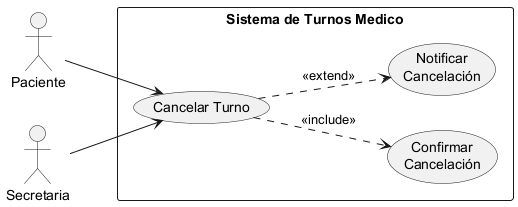
Purezaamor/SistemaTurnosMedicos keeps this PlantUML diagram as diagramas/02-casos-de-uso/02-caso-uso-cancelar-turno-03.png. Above is the earlier version.
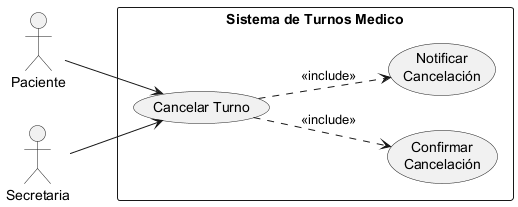
After the change.

Commit message:
fix: resolver observaciones del profesor en diagramas y documentación de IA

Change to the diagram source:
```diff
@@ -15,6 +15,6 @@
 Secretaria --> UC1
 
 UC1 ..> UC2 : <<include>>
-UC1 ..> UC3 : <<extend>>
+UC1 ..> UC3 : <<include>>
 
 @enduml
```
